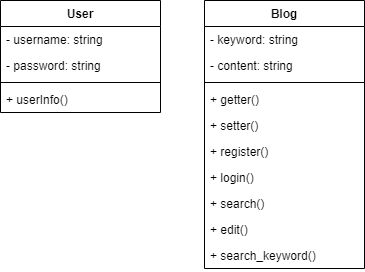
Earlier version of the draw.io export class.drawio.png (kittymimi/myspring). Source tidied: cells renumbered, new cells last; positions are measured from the earlier drawing's top-left corner, leaving out a move shared by most shapes. Source of this version:
```xml
<mxGraphModel>
  <root>
    <mxCell id="0" />
    <mxCell id="1" parent="0" />
    <mxCell id="2" value="User" style="swimlane;fontStyle=1;align=center;verticalAlign=top;horizontal=1;startSize=26;" parent="1" vertex="1">
      <mxGeometry width="160" height="112" as="geometry" />
    </mxCell>
    <mxCell id="3" value="- username: string" style="text;strokeColor=none;fillColor=none;align=left;verticalAlign=top;spacingLeft=4;spacingRight=4;overflow=hidden;" parent="2" vertex="1">
      <mxGeometry y="26" width="160" height="26" as="geometry" />
    </mxCell>
    <mxCell id="4" value="- password: string" style="text;strokeColor=none;fillColor=none;align=left;verticalAlign=top;spacingLeft=4;spacingRight=4;overflow=hidden;" parent="2" vertex="1">
      <mxGeometry y="52" width="160" height="26" as="geometry" />
    </mxCell>
    <mxCell id="5" style="line;strokeWidth=1;fillColor=none;align=left;verticalAlign=middle;spacingTop=-1;spacingLeft=3;spacingRight=3;labelPosition=right;" parent="2" vertex="1">
      <mxGeometry y="78" width="160" height="8" as="geometry" />
    </mxCell>
    <mxCell id="6" value="+ userInfo()" style="text;strokeColor=none;fillColor=none;align=left;verticalAlign=top;spacingLeft=4;spacingRight=4;overflow=hidden;" parent="2" vertex="1">
      <mxGeometry y="86" width="160" height="26" as="geometry" />
    </mxCell>
    <mxCell id="7" value="Blog" style="swimlane;fontStyle=1;align=center;verticalAlign=top;horizontal=1;startSize=26;" parent="1" vertex="1">
      <mxGeometry x="204" width="160" height="268" as="geometry" />
    </mxCell>
    <mxCell id="8" value="- keyword: string " style="text;strokeColor=none;fillColor=none;align=left;verticalAlign=top;spacingLeft=4;spacingRight=4;overflow=hidden;" parent="7" vertex="1">
      <mxGeometry y="26" width="160" height="26" as="geometry" />
    </mxCell>
    <mxCell id="9" value="- content: string " style="text;strokeColor=none;fillColor=none;align=left;verticalAlign=top;spacingLeft=4;spacingRight=4;overflow=hidden;" parent="7" vertex="1">
      <mxGeometry y="52" width="160" height="26" as="geometry" />
    </mxCell>
    <mxCell id="10" style="line;strokeWidth=1;fillColor=none;align=left;verticalAlign=middle;spacingTop=-1;spacingLeft=3;spacingRight=3;labelPosition=right;" parent="7" vertex="1">
      <mxGeometry y="78" width="160" height="8" as="geometry" />
    </mxCell>
    <mxCell id="11" value="+ getter()" style="text;strokeColor=none;fillColor=none;align=left;verticalAlign=top;spacingLeft=4;spacingRight=4;overflow=hidden;" parent="7" vertex="1">
      <mxGeometry y="86" width="160" height="26" as="geometry" />
    </mxCell>
    <mxCell id="12" value="+ setter()" style="text;strokeColor=none;fillColor=none;align=left;verticalAlign=top;spacingLeft=4;spacingRight=4;overflow=hidden;" parent="7" vertex="1">
      <mxGeometry y="112" width="160" height="26" as="geometry" />
    </mxCell>
    <mxCell id="13" value="+ register()" style="text;strokeColor=none;fillColor=none;align=left;verticalAlign=top;spacingLeft=4;spacingRight=4;overflow=hidden;" parent="7" vertex="1">
      <mxGeometry y="138" width="160" height="26" as="geometry" />
    </mxCell>
    <mxCell id="14" value="+ login()" style="text;strokeColor=none;fillColor=none;align=left;verticalAlign=top;spacingLeft=4;spacingRight=4;overflow=hidden;" parent="7" vertex="1">
      <mxGeometry y="164" width="160" height="26" as="geometry" />
    </mxCell>
    <mxCell id="15" value="+ search()" style="text;strokeColor=none;fillColor=none;align=left;verticalAlign=top;spacingLeft=4;spacingRight=4;overflow=hidden;" parent="7" vertex="1">
      <mxGeometry y="190" width="160" height="26" as="geometry" />
    </mxCell>
    <mxCell id="16" value="+ edit()" style="text;strokeColor=none;fillColor=none;align=left;verticalAlign=top;spacingLeft=4;spacingRight=4;overflow=hidden;" parent="7" vertex="1">
      <mxGeometry y="216" width="160" height="26" as="geometry" />
    </mxCell>
    <mxCell id="17" value="+ search_keyword()" style="text;strokeColor=none;fillColor=none;align=left;verticalAlign=top;spacingLeft=4;spacingRight=4;overflow=hidden;" parent="7" vertex="1">
      <mxGeometry y="242" width="160" height="26" as="geometry" />
    </mxCell>
  </root>
</mxGraphModel>
```
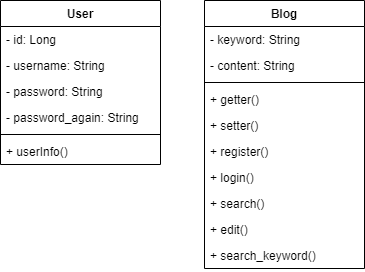
The same diagram one commit later.

Diff of the diagram source:
```diff
@@ -3,27 +3,33 @@
     <mxCell id="0" />
     <mxCell id="1" parent="0" />
     <mxCell id="2" value="User" style="swimlane;fontStyle=1;align=center;verticalAlign=top;horizontal=1;startSize=26;" parent="1" vertex="1">
-      <mxGeometry width="160" height="112" as="geometry" />
+      <mxGeometry width="160" height="164" as="geometry" />
     </mxCell>
+    <mxCell id="18" value="- id: Long" style="text;strokeColor=none;fillColor=none;align=left;verticalAlign=top;spacingLeft=4;spacingRight=4;overflow=hidden;" parent="2" vertex="1">
+      <mxGeometry y="26" width="160" height="26" as="geometry" />
+    </mxCell>
-    <mxCell id="3" value="- username: string" style="text;strokeColor=none;fillColor=none;align=left;verticalAlign=top;spacingLeft=4;spacingRight=4;overflow=hidden;" parent="2" vertex="1">
-      <mxGeometry y="26" width="160" height="26" as="geometry" />
+    <mxCell id="3" value="- username: String" style="text;strokeColor=none;fillColor=none;align=left;verticalAlign=top;spacingLeft=4;spacingRight=4;overflow=hidden;" parent="2" vertex="1">
+      <mxGeometry y="52" width="160" height="26" as="geometry" />
     </mxCell>
-    <mxCell id="4" value="- password: string" style="text;strokeColor=none;fillColor=none;align=left;verticalAlign=top;spacingLeft=4;spacingRight=4;overflow=hidden;" parent="2" vertex="1">
-      <mxGeometry y="52" width="160" height="26" as="geometry" />
+    <mxCell id="4" value="- password: String" style="text;strokeColor=none;fillColor=none;align=left;verticalAlign=top;spacingLeft=4;spacingRight=4;overflow=hidden;" parent="2" vertex="1">
+      <mxGeometry y="78" width="160" height="26" as="geometry" />
     </mxCell>
+    <mxCell id="19" value="- password_again: String" style="text;strokeColor=none;fillColor=none;align=left;verticalAlign=top;spacingLeft=4;spacingRight=4;overflow=hidden;" parent="2" vertex="1">
+      <mxGeometry y="104" width="160" height="26" as="geometry" />
+    </mxCell>
     <mxCell id="5" style="line;strokeWidth=1;fillColor=none;align=left;verticalAlign=middle;spacingTop=-1;spacingLeft=3;spacingRight=3;labelPosition=right;" parent="2" vertex="1">
-      <mxGeometry y="78" width="160" height="8" as="geometry" />
+      <mxGeometry y="130" width="160" height="8" as="geometry" />
     </mxCell>
     <mxCell id="6" value="+ userInfo()" style="text;strokeColor=none;fillColor=none;align=left;verticalAlign=top;spacingLeft=4;spacingRight=4;overflow=hidden;" parent="2" vertex="1">
-      <mxGeometry y="86" width="160" height="26" as="geometry" />
+      <mxGeometry y="138" width="160" height="26" as="geometry" />
     </mxCell>
     <mxCell id="7" value="Blog" style="swimlane;fontStyle=1;align=center;verticalAlign=top;horizontal=1;startSize=26;" parent="1" vertex="1">
       <mxGeometry x="204" width="160" height="268" as="geometry" />
     </mxCell>
-    <mxCell id="8" value="- keyword: string " style="text;strokeColor=none;fillColor=none;align=left;verticalAlign=top;spacingLeft=4;spacingRight=4;overflow=hidden;" parent="7" vertex="1">
+    <mxCell id="8" value="- keyword: String " style="text;strokeColor=none;fillColor=none;align=left;verticalAlign=top;spacingLeft=4;spacingRight=4;overflow=hidden;" parent="7" vertex="1">
       <mxGeometry y="26" width="160" height="26" as="geometry" />
     </mxCell>
-    <mxCell id="9" value="- content: string " style="text;strokeColor=none;fillColor=none;align=left;verticalAlign=top;spacingLeft=4;spacingRight=4;overflow=hidden;" parent="7" vertex="1">
+    <mxCell id="9" value="- content: String " style="text;strokeColor=none;fillColor=none;align=left;verticalAlign=top;spacingLeft=4;spacingRight=4;overflow=hidden;" parent="7" vertex="1">
       <mxGeometry y="52" width="160" height="26" as="geometry" />
     </mxCell>
     <mxCell id="10" style="line;strokeWidth=1;fillColor=none;align=left;verticalAlign=middle;spacingTop=-1;spacingLeft=3;spacingRight=3;labelPosition=right;" parent="7" vertex="1">
```
